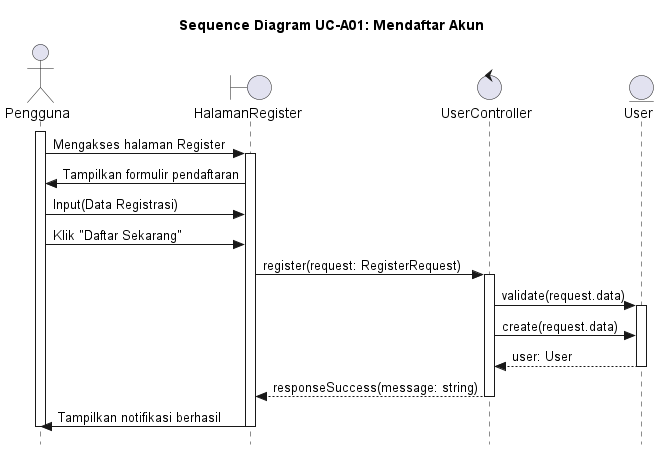
This is out/UC-A01/SD-UC-A01_MendaftarAkun.png from alfiahnurfa/RSI-PROYEK-AKHIR-SEQUENCE, a PlantUML export, as it was before one commit.
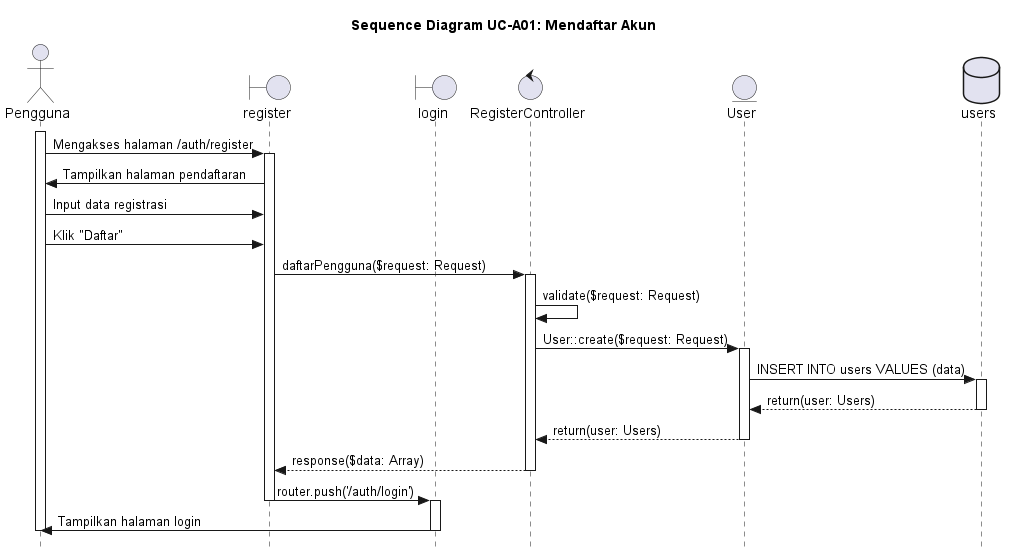
The same file after the commit.

Change to the diagram source:
```diff
@@ -3,36 +3,48 @@
 skinparam style strictuml
 
 actor Pengguna
-boundary HalamanRegister
-control UserController
+boundary register
+boundary login
+control RegisterController
 entity User
+database users
 
 activate Pengguna
-Pengguna -> HalamanRegister : Mengakses halaman Register
-activate HalamanRegister
+Pengguna -> register : Mengakses halaman /auth/register
+activate register
 
-HalamanRegister -> Pengguna : Tampilkan formulir pendaftaran
+register -> Pengguna : Tampilkan halaman pendaftaran
 
-Pengguna -> HalamanRegister : Input(Data Registrasi)
+Pengguna -> register : Input data registrasi
 
-Pengguna -> HalamanRegister : Klik "Daftar Sekarang"
+Pengguna -> register : Klik "Daftar"
 
-HalamanRegister -> UserController : register(request: RegisterRequest)
-activate UserController
+register -> RegisterController : daftarPengguna($request: Request)
+activate RegisterController
 
-UserController -> User : validate(request.data)
+RegisterController -> RegisterController : validate($request: Request)
+
+RegisterController -> User : User::create($request: Request)
 activate User
 
-UserController -> User : create(request.data)
+User -> users : INSERT INTO users VALUES (data)
+activate users
 
-User --> UserController : user: User
+users --> User : return(user: Users)
+deactivate users
+
+User --> RegisterController : return(user: Users)
 deactivate User
 
-UserController --> HalamanRegister : responseSuccess(message: string)
-deactivate UserController
+RegisterController --> register : response($data: Array)
+deactivate RegisterController
 
-HalamanRegister -> Pengguna : Tampilkan notifikasi berhasil
-deactivate HalamanRegister
+register -> login : router.push('/auth/login')
+deactivate register
+activate login
+
+login -> Pengguna : Tampilkan halaman login
+deactivate login
 deactivate Pengguna
 
 @enduml
```
